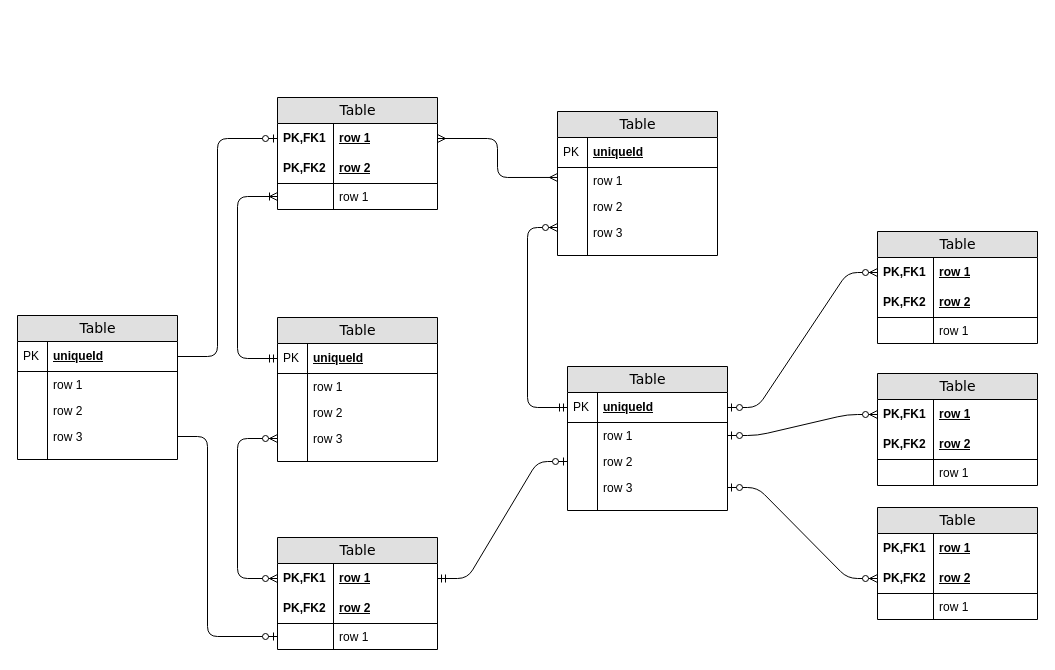
superbet-arg/Timesheet keeps this draw.io diagram as DER.drawio. Above is the earlier version. Source tidied: cells renumbered, new cells numbered last; positions are measured from the earlier drawing's top-left corner, leaving out a move shared by most shapes. Both pictures are drawn from the tidied source at 100%, with x=0, y=0 at pixel (17, 97).
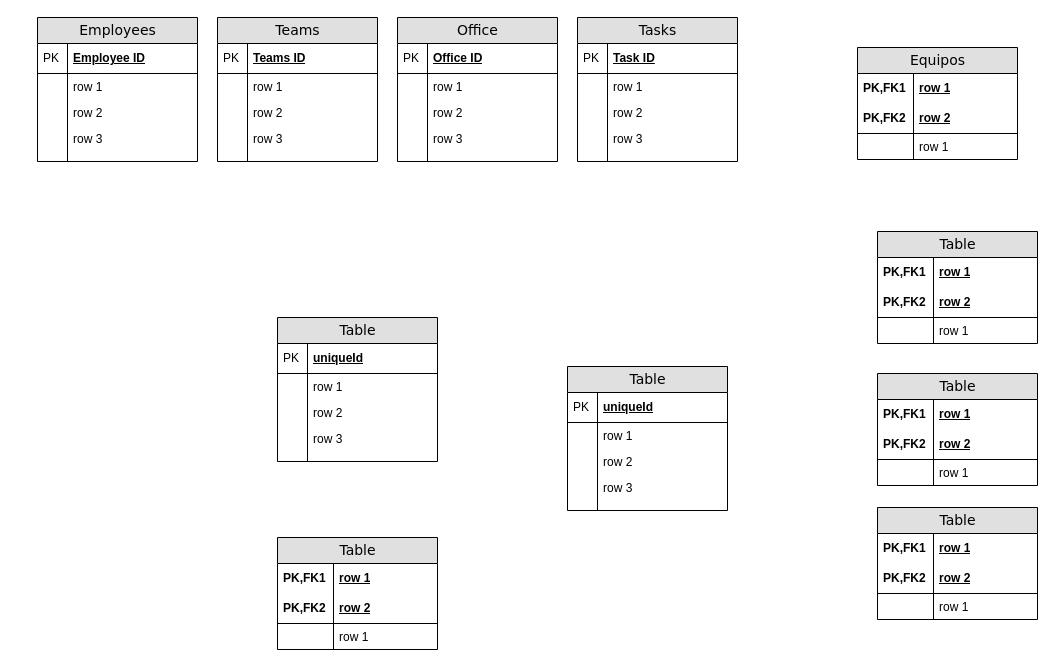
The same page after the edit.

Unchanged cells that the change refers to:
```xml
<mxCell id="3" value="row 1" style="shape=partialRectangle;top=0;left=0;right=0;bottom=0;html=1;align=left;verticalAlign=middle;fillColor=none;spacingLeft=60;spacingRight=4;whiteSpace=wrap;overflow=hidden;points=[[0,0.5],[1,0.5]];portConstraint=eastwest;fontStyle=5;" parent="2" vertex="1">
  <mxGeometry y="26" width="160" height="30" as="geometry" />
</mxCell>
<mxCell id="7" value="row 1" style="shape=partialRectangle;top=0;left=0;right=0;bottom=0;html=1;align=left;verticalAlign=top;fillColor=none;spacingLeft=60;spacingRight=4;whiteSpace=wrap;overflow=hidden;points=[[0,0.5],[1,0.5]];portConstraint=eastwest;" parent="2" vertex="1">
  <mxGeometry y="86" width="160" height="26" as="geometry" />
</mxCell>
<mxCell id="12" value="row 1" style="shape=partialRectangle;top=0;left=0;right=0;bottom=0;html=1;align=left;verticalAlign=top;fillColor=none;spacingLeft=34;spacingRight=4;whiteSpace=wrap;overflow=hidden;points=[[0,0.5],[1,0.5]];portConstraint=eastwest;" parent="9" vertex="1">
  <mxGeometry y="56" width="160" height="26" as="geometry" />
</mxCell>
<mxCell id="16" value="row 3" style="shape=partialRectangle;top=0;left=0;right=0;bottom=0;html=1;align=left;verticalAlign=top;fillColor=none;spacingLeft=34;spacingRight=4;whiteSpace=wrap;overflow=hidden;points=[[0,0.5],[1,0.5]];portConstraint=eastwest;" parent="9" vertex="1">
  <mxGeometry y="108" width="160" height="26" as="geometry" />
</mxCell>
<mxCell id="21" value="uniqueId" style="shape=partialRectangle;top=0;left=0;right=0;bottom=1;html=1;align=left;verticalAlign=middle;fillColor=none;spacingLeft=34;spacingRight=4;whiteSpace=wrap;overflow=hidden;points=[[0,0.5],[1,0.5]];portConstraint=eastwest;fontStyle=5;" parent="20" vertex="1">
  <mxGeometry y="26" width="160" height="30" as="geometry" />
</mxCell>
<mxCell id="27" value="row 3" style="shape=partialRectangle;top=0;left=0;right=0;bottom=0;html=1;align=left;verticalAlign=top;fillColor=none;spacingLeft=34;spacingRight=4;whiteSpace=wrap;overflow=hidden;points=[[0,0.5],[1,0.5]];portConstraint=eastwest;" parent="20" vertex="1">
  <mxGeometry y="108" width="160" height="26" as="geometry" />
</mxCell>
<mxCell id="32" value="uniqueId" style="shape=partialRectangle;top=0;left=0;right=0;bottom=1;html=1;align=left;verticalAlign=middle;fillColor=none;spacingLeft=34;spacingRight=4;whiteSpace=wrap;overflow=hidden;points=[[0,0.5],[1,0.5]];portConstraint=eastwest;fontStyle=5;" parent="31" vertex="1">
  <mxGeometry y="26" width="160" height="30" as="geometry" />
</mxCell>
<mxCell id="34" value="row 1" style="shape=partialRectangle;top=0;left=0;right=0;bottom=0;html=1;align=left;verticalAlign=top;fillColor=none;spacingLeft=34;spacingRight=4;whiteSpace=wrap;overflow=hidden;points=[[0,0.5],[1,0.5]];portConstraint=eastwest;" parent="31" vertex="1">
  <mxGeometry y="56" width="160" height="26" as="geometry" />
</mxCell>
<mxCell id="36" value="row 2" style="shape=partialRectangle;top=0;left=0;right=0;bottom=0;html=1;align=left;verticalAlign=top;fillColor=none;spacingLeft=34;spacingRight=4;whiteSpace=wrap;overflow=hidden;points=[[0,0.5],[1,0.5]];portConstraint=eastwest;" parent="31" vertex="1">
  <mxGeometry y="82" width="160" height="26" as="geometry" />
</mxCell>
<mxCell id="38" value="row 3" style="shape=partialRectangle;top=0;left=0;right=0;bottom=0;html=1;align=left;verticalAlign=top;fillColor=none;spacingLeft=34;spacingRight=4;whiteSpace=wrap;overflow=hidden;points=[[0,0.5],[1,0.5]];portConstraint=eastwest;" parent="31" vertex="1">
  <mxGeometry y="108" width="160" height="26" as="geometry" />
</mxCell>
<mxCell id="43" value="row 1" style="shape=partialRectangle;top=0;left=0;right=0;bottom=0;html=1;align=left;verticalAlign=middle;fillColor=none;spacingLeft=60;spacingRight=4;whiteSpace=wrap;overflow=hidden;points=[[0,0.5],[1,0.5]];portConstraint=eastwest;fontStyle=5;" parent="42" vertex="1">
  <mxGeometry y="26" width="160" height="30" as="geometry" />
</mxCell>
<mxCell id="50" value="row 1" style="shape=partialRectangle;top=0;left=0;right=0;bottom=0;html=1;align=left;verticalAlign=middle;fillColor=none;spacingLeft=60;spacingRight=4;whiteSpace=wrap;overflow=hidden;points=[[0,0.5],[1,0.5]];portConstraint=eastwest;fontStyle=5;" parent="49" vertex="1">
  <mxGeometry y="26" width="160" height="30" as="geometry" />
</mxCell>
<mxCell id="54" value="row 1" style="shape=partialRectangle;top=0;left=0;right=0;bottom=0;html=1;align=left;verticalAlign=top;fillColor=none;spacingLeft=60;spacingRight=4;whiteSpace=wrap;overflow=hidden;points=[[0,0.5],[1,0.5]];portConstraint=eastwest;" parent="49" vertex="1">
  <mxGeometry y="86" width="160" height="26" as="geometry" />
</mxCell>
<mxCell id="63" value="row 1" style="shape=partialRectangle;top=0;left=0;right=0;bottom=0;html=1;align=left;verticalAlign=middle;fillColor=none;spacingLeft=60;spacingRight=4;whiteSpace=wrap;overflow=hidden;points=[[0,0.5],[1,0.5]];portConstraint=eastwest;fontStyle=5;" parent="62" vertex="1">
  <mxGeometry y="26" width="160" height="30" as="geometry" />
</mxCell>
<mxCell id="72" value="row 2" style="shape=partialRectangle;top=0;left=0;right=0;bottom=1;html=1;align=left;verticalAlign=middle;fillColor=none;spacingLeft=60;spacingRight=4;whiteSpace=wrap;overflow=hidden;points=[[0,0.5],[1,0.5]];portConstraint=eastwest;fontStyle=5;" parent="69" vertex="1">
  <mxGeometry y="56" width="160" height="30" as="geometry" />
</mxCell>
<mxCell id="85" value="row 3" style="shape=partialRectangle;top=0;left=0;right=0;bottom=0;html=1;align=left;verticalAlign=top;fillColor=none;spacingLeft=34;spacingRight=4;whiteSpace=wrap;overflow=hidden;points=[[0,0.5],[1,0.5]];portConstraint=eastwest;" parent="78" vertex="1">
  <mxGeometry y="108" width="160" height="26" as="geometry" />
</mxCell>
```

Change to the diagram source:
```diff
@@
-    <mxCell id="2" value="Table" style="swimlane;html=1;fontStyle=0;horizontal=1;startSize=26;fillColor=#e0e0e0;swimlaneFillColor=#ffffff;align=center;rounded=0;shadow=0;comic=0;labelBackgroundColor=none;strokeWidth=1;fontFamily=Verdana;fontSize=14;" parent="1" vertex="1">
-      <mxGeometry x="260" width="160" height="112" as="geometry" />
+    <mxCell id="2" value="Equipos" style="swimlane;html=1;fontStyle=0;horizontal=1;startSize=26;fillColor=#e0e0e0;swimlaneFillColor=#ffffff;align=center;rounded=0;shadow=0;comic=0;labelBackgroundColor=none;strokeWidth=1;fontFamily=Verdana;fontSize=14;" parent="1" vertex="1">
+      <mxGeometry x="840" y="-50" width="160" height="112" as="geometry" />
     </mxCell>
@@
-    <mxCell id="9" value="Table" style="swimlane;html=1;fontStyle=0;horizontal=1;startSize=26;fillColor=#e0e0e0;swimlaneFillColor=#ffffff;align=center;rounded=0;shadow=0;comic=0;labelBackgroundColor=none;strokeWidth=1;fontFamily=Verdana;fontSize=14;swimlaneLine=1;" parent="1" vertex="1">
-      <mxGeometry x="540" y="14" width="160" height="144" as="geometry" />
+    <mxCell id="9" value="Office" style="swimlane;html=1;fontStyle=0;horizontal=1;startSize=26;fillColor=#e0e0e0;swimlaneFillColor=#ffffff;align=center;rounded=0;shadow=0;comic=0;labelBackgroundColor=none;strokeWidth=1;fontFamily=Verdana;fontSize=14;swimlaneLine=1;" parent="1" vertex="1">
+      <mxGeometry x="380" y="-80" width="160" height="144" as="geometry" />
     </mxCell>
-    <mxCell id="10" value="uniqueId" style="shape=partialRectangle;top=0;left=0;right=0;bottom=1;html=1;align=left;verticalAlign=middle;fillColor=none;spacingLeft=34;spacingRight=4;whiteSpace=wrap;overflow=hidden;fontStyle=5;" parent="9" vertex="1">
+    <mxCell id="10" value="Office ID" style="shape=partialRectangle;top=0;left=0;right=0;bottom=1;html=1;align=left;verticalAlign=middle;fillColor=none;spacingLeft=34;spacingRight=4;whiteSpace=wrap;overflow=hidden;fontStyle=5;" parent="9" vertex="1">
       <mxGeometry y="26" width="160" height="30" as="geometry" />
     </mxCell>
@@
-    <mxCell id="56" style="edgeStyle=orthogonalEdgeStyle;html=1;endArrow=ERoneToMany;startArrow=ERmandOne;labelBackgroundColor=none;fontFamily=Verdana;fontSize=14;entryX=0;entryY=0.5;exitX=0;exitY=0.5;" parent="1" edge="1" source="21" target="7">
-      <mxGeometry relative="1" as="geometry">
-        <Array as="points">
-          <mxPoint x="220" y="261" />
-          <mxPoint x="220" y="99" />
-        </Array>
-      </mxGeometry>
-    </mxCell>
-    <mxCell id="57" style="edgeStyle=orthogonalEdgeStyle;html=1;endArrow=ERzeroToMany;endFill=1;startArrow=ERzeroToMany;labelBackgroundColor=none;fontFamily=Verdana;fontSize=14;entryX=0;entryY=0.5;exitX=0;exitY=0.5;" parent="1" edge="1" source="50" target="27">
-      <mxGeometry relative="1" as="geometry">
-        <Array as="points">
-          <mxPoint x="220" y="481" />
-          <mxPoint x="220" y="341" />
-        </Array>
-      </mxGeometry>
-    </mxCell>
-    <mxCell id="58" style="edgeStyle=orthogonalEdgeStyle;html=1;endArrow=ERmany;startArrow=ERmany;labelBackgroundColor=none;fontFamily=Verdana;fontSize=14;entryX=1;entryY=0.5;exitX=0;exitY=0.383;exitPerimeter=0;" parent="1" edge="1" source="12" target="3">
-      <mxGeometry relative="1" as="geometry">
-        <Array as="points">
-          <mxPoint x="480" y="80" />
-          <mxPoint x="480" y="41" />
-        </Array>
-      </mxGeometry>
-    </mxCell>
-    <mxCell id="59" style="edgeStyle=orthogonalEdgeStyle;html=1;endArrow=ERzeroToMany;startArrow=ERmandOne;labelBackgroundColor=none;fontFamily=Verdana;fontSize=14;entryX=0;entryY=0.308;entryPerimeter=0;exitX=0;exitY=0.5;" parent="1" edge="1" source="32" target="16">
-      <mxGeometry relative="1" as="geometry">
-        <Array as="points">
-          <mxPoint x="510" y="310" />
-          <mxPoint x="510" y="130" />
-        </Array>
-      </mxGeometry>
-    </mxCell>
-    <mxCell id="60" style="edgeStyle=entityRelationEdgeStyle;html=1;endArrow=ERzeroToOne;startArrow=ERmandOne;labelBackgroundColor=none;fontFamily=Verdana;fontSize=14;exitX=1;exitY=0.5;entryX=0;entryY=0.5;" parent="1" edge="1" source="50" target="36">
-      <mxGeometry relative="1" as="geometry" />
-    </mxCell>
-    <mxCell id="61" style="edgeStyle=entityRelationEdgeStyle;html=1;endArrow=ERzeroToMany;startArrow=ERzeroToOne;labelBackgroundColor=none;fontFamily=Verdana;fontSize=14;entryX=0;entryY=0.5;exitX=1;exitY=0.5;" parent="1" edge="1" source="32" target="43">
-      <mxGeometry relative="1" as="geometry" />
-    </mxCell>
@@
-    <mxCell id="76" style="edgeStyle=entityRelationEdgeStyle;html=1;endArrow=ERzeroToMany;startArrow=ERzeroToOne;labelBackgroundColor=none;fontFamily=Verdana;fontSize=14;entryX=0;entryY=0.5;exitX=1;exitY=0.5;" parent="1" edge="1" source="34" target="63">
-      <mxGeometry relative="1" as="geometry" />
-    </mxCell>
-    <mxCell id="77" style="edgeStyle=entityRelationEdgeStyle;html=1;endArrow=ERzeroToMany;startArrow=ERzeroToOne;labelBackgroundColor=none;fontFamily=Verdana;fontSize=14;entryX=0;entryY=0.5;exitX=1;exitY=0.5;" parent="1" edge="1" source="38" target="72">
-      <mxGeometry relative="1" as="geometry" />
-    </mxCell>
-    <mxCell id="78" value="Table" style="swimlane;html=1;fontStyle=0;horizontal=1;startSize=26;fillColor=#e0e0e0;swimlaneFillColor=#ffffff;align=center;rounded=0;shadow=0;comic=0;labelBackgroundColor=none;strokeWidth=1;fontFamily=Verdana;fontSize=14;" parent="1" vertex="1">
-      <mxGeometry y="218" width="160" height="144" as="geometry" />
+    <mxCell id="78" value="Employees" style="swimlane;html=1;fontStyle=0;horizontal=1;startSize=26;fillColor=#e0e0e0;swimlaneFillColor=#ffffff;align=center;rounded=0;shadow=0;comic=0;labelBackgroundColor=none;strokeWidth=1;fontFamily=Verdana;fontSize=14;" parent="1" vertex="1">
+      <mxGeometry x="20" y="-80" width="160" height="144" as="geometry" />
     </mxCell>
-    <mxCell id="79" value="uniqueId" style="shape=partialRectangle;top=0;left=0;right=0;bottom=1;html=1;align=left;verticalAlign=middle;fillColor=none;spacingLeft=34;spacingRight=4;whiteSpace=wrap;overflow=hidden;points=[[0,0.5],[1,0.5]];portConstraint=eastwest;fontStyle=5;" parent="78" vertex="1">
+    <mxCell id="79" value="Employee ID" style="shape=partialRectangle;top=0;left=0;right=0;bottom=1;html=1;align=left;verticalAlign=middle;fillColor=none;spacingLeft=34;spacingRight=4;whiteSpace=wrap;overflow=hidden;points=[[0,0.5],[1,0.5]];portConstraint=eastwest;fontStyle=5;" parent="78" vertex="1">
       <mxGeometry y="26" width="160" height="30" as="geometry" />
     </mxCell>
@@
-    <mxCell id="89" style="edgeStyle=orthogonalEdgeStyle;html=1;endArrow=ERzeroToOne;endFill=1;labelBackgroundColor=none;fontFamily=Verdana;fontSize=14;entryX=0;entryY=0.5;exitX=1;exitY=0.5;" parent="1" edge="1" source="79" target="3">
-      <mxGeometry relative="1" as="geometry">
-        <Array as="points">
-          <mxPoint x="200" y="259" />
-          <mxPoint x="200" y="41" />
-        </Array>
-      </mxGeometry>
-    </mxCell>
-    <mxCell id="90" style="edgeStyle=orthogonalEdgeStyle;html=1;endArrow=ERzeroToOne;endFill=1;labelBackgroundColor=none;fontFamily=Verdana;fontSize=14;entryX=0;entryY=0.5;exitX=1;exitY=0.5;" parent="1" edge="1" source="85" target="54">
-      <mxGeometry relative="1" as="geometry">
-        <Array as="points">
-          <mxPoint x="190" y="339" />
-          <mxPoint x="190" y="539" />
-        </Array>
-      </mxGeometry>
-    </mxCell>
+    <mxCell id="91" value="Teams" style="swimlane;html=1;fontStyle=0;horizontal=1;startSize=26;fillColor=#e0e0e0;swimlaneFillColor=#ffffff;align=center;rounded=0;shadow=0;comic=0;labelBackgroundColor=none;strokeWidth=1;fontFamily=Verdana;fontSize=14;" parent="1" vertex="1">
+      <mxGeometry x="200" y="-80" width="160" height="144" as="geometry" />
+    </mxCell>
+    <mxCell id="92" value="Teams ID" style="shape=partialRectangle;top=0;left=0;right=0;bottom=1;html=1;align=left;verticalAlign=middle;fillColor=none;spacingLeft=34;spacingRight=4;whiteSpace=wrap;overflow=hidden;fontStyle=5;" parent="91" vertex="1">
+      <mxGeometry y="26" width="160" height="30" as="geometry" />
+    </mxCell>
+    <mxCell id="93" value="PK" style="shape=partialRectangle;top=0;left=0;bottom=0;html=1;fillColor=none;align=left;verticalAlign=middle;spacingLeft=4;spacingRight=4;whiteSpace=wrap;overflow=hidden;" parent="92" vertex="1">
+      <mxGeometry width="30" height="30" as="geometry" />
+    </mxCell>
+    <mxCell id="94" value="row 1" style="shape=partialRectangle;top=0;left=0;right=0;bottom=0;html=1;align=left;verticalAlign=top;fillColor=none;spacingLeft=34;spacingRight=4;whiteSpace=wrap;overflow=hidden;" parent="91" vertex="1">
+      <mxGeometry y="56" width="160" height="26" as="geometry" />
+    </mxCell>
+    <mxCell id="95" style="shape=partialRectangle;top=0;left=0;bottom=0;html=1;fillColor=none;align=left;verticalAlign=top;spacingLeft=4;spacingRight=4;whiteSpace=wrap;overflow=hidden;" parent="94" vertex="1">
+      <mxGeometry width="30" height="26" as="geometry" />
+    </mxCell>
+    <mxCell id="96" value="row 2" style="shape=partialRectangle;top=0;left=0;right=0;bottom=0;html=1;align=left;verticalAlign=top;fillColor=none;spacingLeft=34;spacingRight=4;whiteSpace=wrap;overflow=hidden;" parent="91" vertex="1">
+      <mxGeometry y="82" width="160" height="26" as="geometry" />
+    </mxCell>
+    <mxCell id="97" style="shape=partialRectangle;top=0;left=0;bottom=0;html=1;fillColor=none;align=left;verticalAlign=top;spacingLeft=4;spacingRight=4;whiteSpace=wrap;overflow=hidden;" parent="96" vertex="1">
+      <mxGeometry width="30" height="26" as="geometry" />
+    </mxCell>
+    <mxCell id="98" value="row 3" style="shape=partialRectangle;top=0;left=0;right=0;bottom=0;html=1;align=left;verticalAlign=top;fillColor=none;spacingLeft=34;spacingRight=4;whiteSpace=wrap;overflow=hidden;" parent="91" vertex="1">
+      <mxGeometry y="108" width="160" height="26" as="geometry" />
+    </mxCell>
+    <mxCell id="99" style="shape=partialRectangle;top=0;left=0;bottom=0;html=1;fillColor=none;align=left;verticalAlign=top;spacingLeft=4;spacingRight=4;whiteSpace=wrap;overflow=hidden;" parent="98" vertex="1">
+      <mxGeometry width="30" height="26" as="geometry" />
+    </mxCell>
+    <mxCell id="100" style="shape=partialRectangle;top=0;left=0;right=0;bottom=0;html=1;align=left;verticalAlign=top;fillColor=none;spacingLeft=34;spacingRight=4;whiteSpace=wrap;overflow=hidden;" parent="91" vertex="1">
+      <mxGeometry y="134" width="160" height="10" as="geometry" />
+    </mxCell>
+    <mxCell id="101" style="shape=partialRectangle;top=0;left=0;bottom=0;html=1;fillColor=none;align=left;verticalAlign=top;spacingLeft=4;spacingRight=4;whiteSpace=wrap;overflow=hidden;" parent="100" vertex="1">
+      <mxGeometry width="30" height="10" as="geometry" />
+    </mxCell>
+    <mxCell id="102" value="Tasks" style="swimlane;html=1;fontStyle=0;horizontal=1;startSize=26;fillColor=#e0e0e0;swimlaneFillColor=#ffffff;align=center;rounded=0;shadow=0;comic=0;labelBackgroundColor=none;strokeWidth=1;fontFamily=Verdana;fontSize=14;swimlaneLine=1;" parent="1" vertex="1">
+      <mxGeometry x="560" y="-80" width="160" height="144" as="geometry" />
+    </mxCell>
+    <mxCell id="103" value="Task ID" style="shape=partialRectangle;top=0;left=0;right=0;bottom=1;html=1;align=left;verticalAlign=middle;fillColor=none;spacingLeft=34;spacingRight=4;whiteSpace=wrap;overflow=hidden;fontStyle=5;" parent="102" vertex="1">
+      <mxGeometry y="26" width="160" height="30" as="geometry" />
+    </mxCell>
+    <mxCell id="104" value="PK" style="shape=partialRectangle;top=0;left=0;bottom=0;html=1;fillColor=none;align=left;verticalAlign=middle;spacingLeft=4;spacingRight=4;whiteSpace=wrap;overflow=hidden;" parent="103" vertex="1">
+      <mxGeometry width="30" height="30" as="geometry" />
+    </mxCell>
+    <mxCell id="105" value="row 1" style="shape=partialRectangle;top=0;left=0;right=0;bottom=0;html=1;align=left;verticalAlign=top;fillColor=none;spacingLeft=34;spacingRight=4;whiteSpace=wrap;overflow=hidden;" parent="102" vertex="1">
+      <mxGeometry y="56" width="160" height="26" as="geometry" />
+    </mxCell>
+    <mxCell id="106" style="shape=partialRectangle;top=0;left=0;bottom=0;html=1;fillColor=none;align=left;verticalAlign=top;spacingLeft=4;spacingRight=4;whiteSpace=wrap;overflow=hidden;" parent="105" vertex="1">
+      <mxGeometry width="30" height="26" as="geometry" />
+    </mxCell>
+    <mxCell id="107" value="row 2" style="shape=partialRectangle;top=0;left=0;right=0;bottom=0;html=1;align=left;verticalAlign=top;fillColor=none;spacingLeft=34;spacingRight=4;whiteSpace=wrap;overflow=hidden;" parent="102" vertex="1">
+      <mxGeometry y="82" width="160" height="26" as="geometry" />
+    </mxCell>
+    <mxCell id="108" style="shape=partialRectangle;top=0;left=0;bottom=0;html=1;fillColor=none;align=left;verticalAlign=top;spacingLeft=4;spacingRight=4;whiteSpace=wrap;overflow=hidden;" parent="107" vertex="1">
+      <mxGeometry width="30" height="26" as="geometry" />
+    </mxCell>
+    <mxCell id="109" value="row 3" style="shape=partialRectangle;top=0;left=0;right=0;bottom=0;html=1;align=left;verticalAlign=top;fillColor=none;spacingLeft=34;spacingRight=4;whiteSpace=wrap;overflow=hidden;" parent="102" vertex="1">
+      <mxGeometry y="108" width="160" height="26" as="geometry" />
+    </mxCell>
+    <mxCell id="110" style="shape=partialRectangle;top=0;left=0;bottom=0;html=1;fillColor=none;align=left;verticalAlign=top;spacingLeft=4;spacingRight=4;whiteSpace=wrap;overflow=hidden;" parent="109" vertex="1">
+      <mxGeometry width="30" height="26" as="geometry" />
+    </mxCell>
+    <mxCell id="111" style="shape=partialRectangle;top=0;left=0;right=0;bottom=0;html=1;align=left;verticalAlign=top;fillColor=none;spacingLeft=34;spacingRight=4;whiteSpace=wrap;overflow=hidden;" parent="102" vertex="1">
+      <mxGeometry y="134" width="160" height="10" as="geometry" />
+    </mxCell>
+    <mxCell id="112" style="shape=partialRectangle;top=0;left=0;bottom=0;html=1;fillColor=none;align=left;verticalAlign=top;spacingLeft=4;spacingRight=4;whiteSpace=wrap;overflow=hidden;" parent="111" vertex="1">
+      <mxGeometry width="30" height="10" as="geometry" />
+    </mxCell>
```
